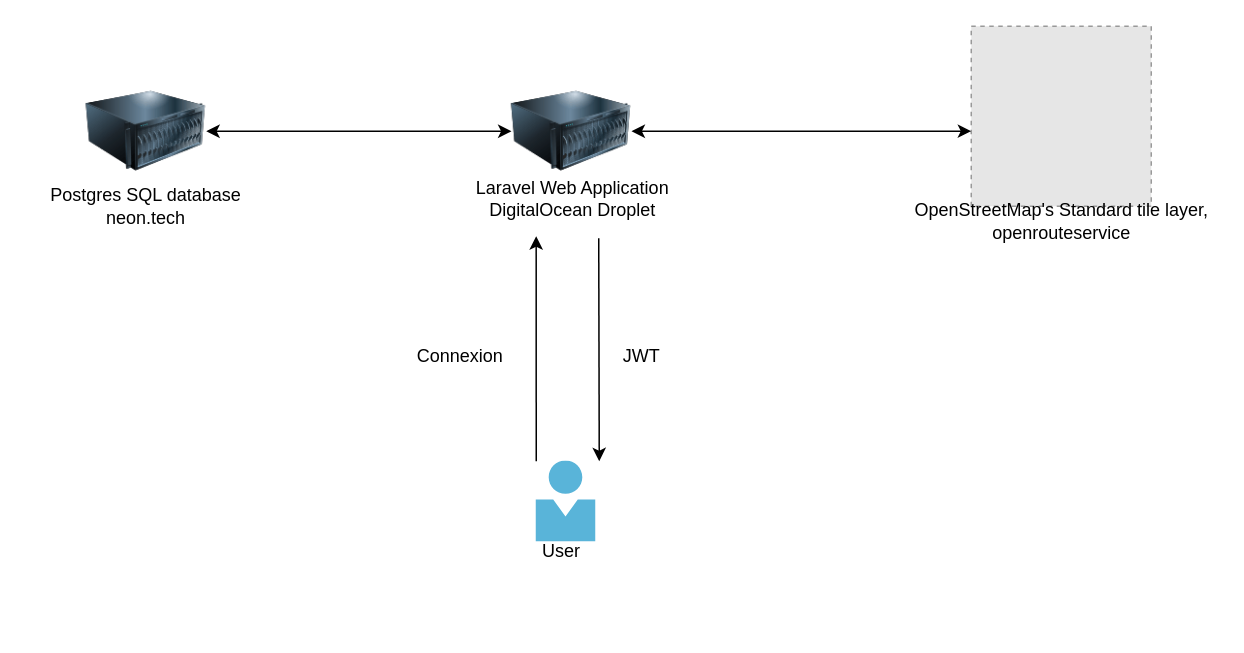
Before: architecture.drawio in CoWebTurage/CoWebTurage, a draw.io diagram. Source tidied: cells renumbered, new cells numbered last; positions are measured from the earlier drawing's top-left corner, leaving out a move shared by most shapes. Both pictures are drawn from the tidied source at 150%, with x=0, y=0 at pixel (26, 26). Pictures stored in the file or linked from it are replaced by grey dashed boxes.
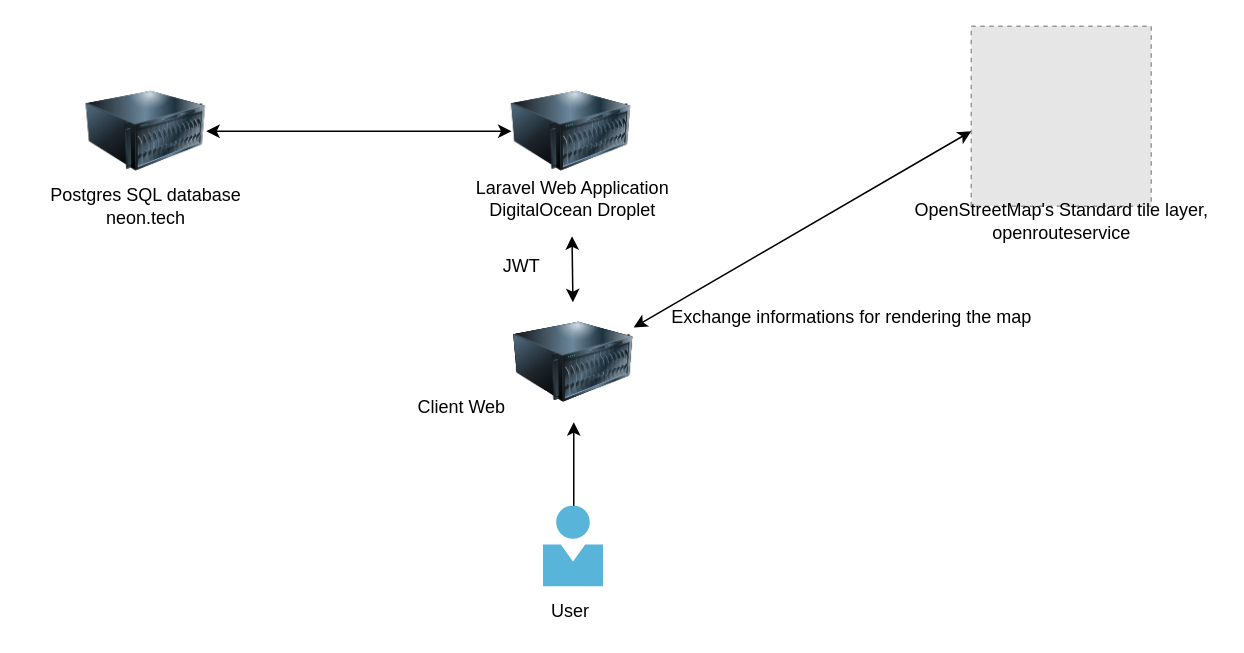
Above is the later version.

The edit, as a diff of the source:
```diff
@@
 <mxGraphModel>
   <root>
     <mxCell id="0" />
     <mxCell id="1" parent="0" />
     <mxCell id="2" style="image;html=1;image=img/lib/clip_art/computers/Server_128x128.png;" parent="1" vertex="1">
       <mxGeometry x="323.5" y="30" width="80" height="80" as="geometry" />
     </mxCell>
     <mxCell id="3" style="image;html=1;image=img/lib/clip_art/computers/Server_128x128.png;" parent="1" vertex="1">
       <mxGeometry x="40" y="30" width="80" height="80" as="geometry" />
     </mxCell>
-    <mxCell id="4" style="html=1;align=center;image;fontSize=12;image=img/lib/mscae/Person.svg;" parent="1" vertex="1">
-      <mxGeometry x="340" y="290" width="40" height="54" as="geometry" />
-    </mxCell>
     <mxCell id="5" value="User" style="text;html=1;strokeColor=none;fillColor=none;align=center;verticalAlign=middle;whiteSpace=wrap;rounded=0;" parent="1" vertex="1">
-      <mxGeometry x="337" y="340" width="40" height="20" as="geometry" />
+      <mxGeometry x="343" y="380" width="40" height="20" as="geometry" />
     </mxCell>
     <mxCell id="6" value="Laravel Web Application&lt;br&gt;DigitalOcean Droplet" style="text;html=1;align=center;verticalAlign=middle;points=[];" parent="1" vertex="1">
       <mxGeometry x="288.5" y="90" width="150" height="50" as="geometry" />
     </mxCell>
     <mxCell id="7" value="Postgres SQL database&lt;br&gt;neon.tech" style="text;html=1;strokeColor=none;fillColor=none;align=center;verticalAlign=middle;whiteSpace=wrap;rounded=0;" parent="1" vertex="1">
       <mxGeometry y="100" width="160" height="40" as="geometry" />
     </mxCell>
     <mxCell id="8" style="fillColor=#E6E6E6;strokeColor=#999999;dashed=1;verticalLabelPosition=bottom;verticalAlign=top;" parent="1" vertex="1">
       <mxGeometry x="630" width="120" height="120" as="geometry" />
     </mxCell>
     <mxCell id="9" value="OpenStreetMap's Standard tile layer, &lt;br&gt;openrouteservice" style="text;html=1;align=center;verticalAlign=middle;" parent="1" vertex="1">
       <mxGeometry x="585" y="115" width="210" height="30" as="geometry" />
     </mxCell>
-    <mxCell id="10" style="endArrow=classic;html=1;entryX=0.343;entryY=1;entryDx=0;entryDy=0;entryPerimeter=0;" parent="1" edge="1" target="6">
-      <mxGeometry relative="1" as="geometry">
-        <mxPoint x="340" y="290" as="sourcePoint" />
-      </mxGeometry>
+    <mxCell id="10" style="endArrow=classic;html=1;" parent="1" edge="1" source="19" target="16">
+      <mxGeometry relative="1" as="geometry" />
     </mxCell>
-    <mxCell id="11" value="Connexion" style="text;html=1;align=center;verticalAlign=middle;" parent="1" vertex="1">
-      <mxGeometry x="253.5" y="210" width="70" height="20" as="geometry" />
-    </mxCell>
-    <mxCell id="12" style="endArrow=classic;html=1;exitX=0.621;exitY=1.028;exitDx=0;exitDy=0;exitPerimeter=0;" parent="1" edge="1" source="6">
-      <mxGeometry relative="1" as="geometry">
-        <mxPoint x="382" y="290" as="targetPoint" />
-      </mxGeometry>
+    <mxCell id="12" style="endArrow=classic;html=1;startArrow=classic;startFill=1;" parent="1" edge="1" source="6" target="16">
+      <mxGeometry relative="1" as="geometry" />
     </mxCell>
     <mxCell id="13" value="JWT" style="text;html=1;align=center;verticalAlign=middle;" parent="1" vertex="1">
-      <mxGeometry x="390" y="210" width="40" height="20" as="geometry" />
+      <mxGeometry x="310" y="150" width="40" height="20" as="geometry" />
     </mxCell>
-    <mxCell id="14" style="endArrow=classic;startArrow=classic;html=1;exitX=1;exitY=0.5;exitDx=0;exitDy=0;entryX=0;entryY=0.583;entryDx=0;entryDy=0;entryPerimeter=0;" parent="1" edge="1" source="2" target="8">
+    <mxCell id="14" style="endArrow=classic;startArrow=classic;html=1;entryX=0;entryY=0.583;entryDx=0;entryDy=0;entryPerimeter=0;" parent="1" edge="1" source="16" target="8">
       <mxGeometry relative="1" as="geometry" />
     </mxCell>
     <mxCell id="15" style="endArrow=classic;startArrow=classic;html=1;exitX=1;exitY=0.5;exitDx=0;exitDy=0;entryX=0;entryY=0.5;entryDx=0;entryDy=0;" parent="1" edge="1" source="3" target="2">
       <mxGeometry relative="1" as="geometry" />
     </mxCell>
+    <mxCell id="16" style="image;html=1;image=img/lib/clip_art/computers/Server_128x128.png;" parent="1" vertex="1">
+      <mxGeometry x="325" y="184" width="80" height="80" as="geometry" />
+    </mxCell>
+    <mxCell id="17" value="Client Web" style="text;html=1;align=center;verticalAlign=middle;" parent="1" vertex="1">
+      <mxGeometry x="255" y="244" width="70" height="20" as="geometry" />
+    </mxCell>
+    <mxCell id="18" value="Exchange informations for rendering the map" style="text;html=1;align=center;verticalAlign=middle;" parent="1" vertex="1">
+      <mxGeometry x="420" y="184" width="260" height="20" as="geometry" />
+    </mxCell>
+    <mxCell id="19" style="html=1;points=[];align=center;image;fontSize=12;image=img/lib/mscae/Person.svg;" parent="1" vertex="1">
+      <mxGeometry x="345" y="320" width="40" height="54" as="geometry" />
+    </mxCell>
+    <mxCell id="20" style="image;html=1;image=img/lib/clip_art/computers/Server_128x128.png;" parent="1" vertex="1">
+      <mxGeometry x="325" y="184" width="80" height="80" as="geometry" />
+    </mxCell>
   </root>
 </mxGraphModel>
```
